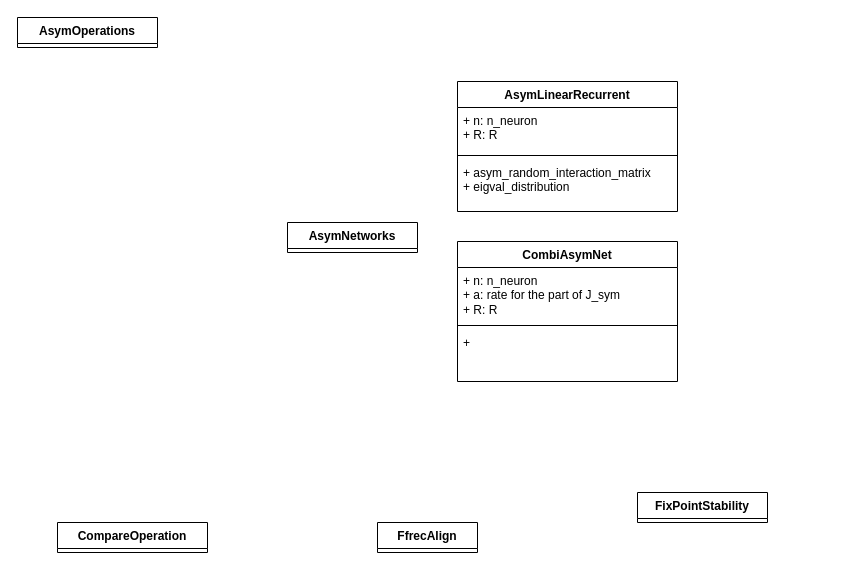
Above: Asym_1D.drawio in rzhou-space/MA_Networks (draw.io), before the change. Source tidied: cells renumbered, new cells numbered last; positions are measured from the earlier drawing's top-left corner, leaving out a move shared by most shapes. Both pictures are drawn from the tidied source at 100%, with x=0, y=0 at pixel (17, 17).
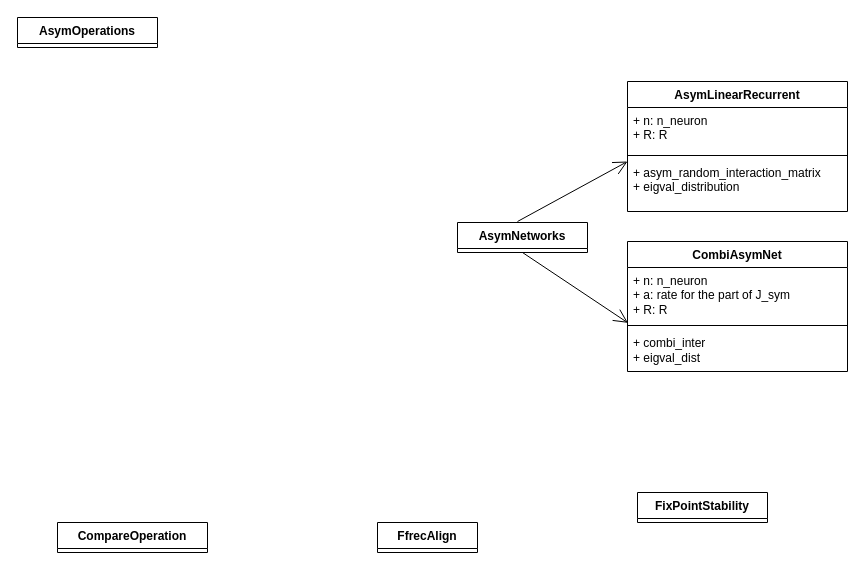
The same diagram, later.

Diff of the diagram source:
```diff
@@
 <mxGraphModel>
   <root>
     <mxCell id="0" />
     <mxCell id="1" parent="0" />
-    <mxCell id="2" value="AsymNetworks" style="swimlane;fontStyle=1;align=center;verticalAlign=top;horizontal=1;startSize=26;whiteSpace=wrap;html=1;" parent="1" vertex="1" collapsed="1">
-      <mxGeometry x="270" y="205" width="130" height="30" as="geometry" />
-    </mxCell>
     <mxCell id="3" value="AsymOperations" style="swimlane;fontStyle=1;align=center;verticalAlign=top;horizontal=1;startSize=26;whiteSpace=wrap;html=1;" parent="1" vertex="1" collapsed="1">
       <mxGeometry width="140" height="30" as="geometry" />
     </mxCell>
     <mxCell id="4" value="CompareOperation" style="swimlane;fontStyle=1;align=center;verticalAlign=top;horizontal=1;startSize=26;whiteSpace=wrap;html=1;" parent="1" vertex="1" collapsed="1">
       <mxGeometry x="40" y="505" width="150" height="30" as="geometry" />
     </mxCell>
     <mxCell id="5" value="FfrecAlign" style="swimlane;fontStyle=1;align=center;verticalAlign=top;horizontal=1;startSize=26;whiteSpace=wrap;html=1;" parent="1" vertex="1" collapsed="1">
       <mxGeometry x="360" y="505" width="100" height="30" as="geometry" />
     </mxCell>
     <mxCell id="6" value="FixPointStability" style="swimlane;fontStyle=1;align=center;verticalAlign=top;horizontal=1;startSize=26;whiteSpace=wrap;html=1;" parent="1" vertex="1" collapsed="1">
       <mxGeometry x="620" y="475" width="130" height="30" as="geometry" />
     </mxCell>
+    <mxCell id="15" style="group;" parent="1" vertex="1">
+      <mxGeometry x="440" y="64" width="390" height="290" as="geometry" />
+    </mxCell>
+    <mxCell id="2" value="AsymNetworks" style="swimlane;fontStyle=1;align=center;verticalAlign=top;horizontal=1;startSize=26;whiteSpace=wrap;html=1;" parent="15" vertex="1" collapsed="1">
+      <mxGeometry y="141" width="130" height="30" as="geometry" />
+    </mxCell>
-    <mxCell id="7" value="AsymLinearRecurrent" style="swimlane;fontStyle=1;align=center;verticalAlign=top;horizontal=1;startSize=26;whiteSpace=wrap;html=1;" parent="1" vertex="1">
-      <mxGeometry x="440" y="64" width="220" height="130" as="geometry" />
+    <mxCell id="7" value="AsymLinearRecurrent" style="swimlane;fontStyle=1;align=center;verticalAlign=top;horizontal=1;startSize=26;whiteSpace=wrap;html=1;" parent="15" vertex="1">
+      <mxGeometry x="170" width="220" height="130" as="geometry" />
     </mxCell>
     <mxCell id="8" value="+ n: n_neuron&lt;br&gt;+ R: R" style="text;strokeColor=none;fillColor=none;align=left;verticalAlign=top;spacingLeft=4;spacingRight=4;overflow=hidden;whiteSpace=wrap;html=1;" parent="7" vertex="1">
       <mxGeometry y="26" width="220" height="44" as="geometry" />
     </mxCell>
     <mxCell id="9" style="line;strokeWidth=1;fillColor=none;align=left;verticalAlign=middle;spacingTop=-1;spacingLeft=3;spacingRight=3;labelPosition=right;strokeColor=inherit;" parent="7" vertex="1">
       <mxGeometry y="70" width="220" height="8" as="geometry" />
     </mxCell>
     <mxCell id="10" value="+&amp;nbsp;asym_random_interaction_matrix&lt;br&gt;+&amp;nbsp;eigval_distribution&lt;br&gt;" style="text;strokeColor=none;fillColor=none;align=left;verticalAlign=top;spacingLeft=4;spacingRight=4;overflow=hidden;whiteSpace=wrap;html=1;" parent="7" vertex="1">
       <mxGeometry y="78" width="220" height="52" as="geometry" />
     </mxCell>
-    <mxCell id="11" value="CombiAsymNet" style="swimlane;fontStyle=1;align=center;verticalAlign=top;horizontal=1;startSize=26;whiteSpace=wrap;html=1;" parent="1" vertex="1">
-      <mxGeometry x="440" y="224" width="220" height="140" as="geometry" />
+    <mxCell id="11" value="CombiAsymNet" style="swimlane;fontStyle=1;align=center;verticalAlign=top;horizontal=1;startSize=26;whiteSpace=wrap;html=1;" parent="15" vertex="1">
+      <mxGeometry x="170" y="160" width="220" height="130" as="geometry" />
     </mxCell>
     <mxCell id="12" value="+ n: n_neuron&lt;br&gt;+ a: rate for the part of J_sym&lt;br&gt;+ R: R" style="text;strokeColor=none;fillColor=none;align=left;verticalAlign=top;spacingLeft=4;spacingRight=4;overflow=hidden;points=[[0,0.5],[1,0.5]];portConstraint=eastwest;whiteSpace=wrap;html=1;" parent="11" vertex="1">
       <mxGeometry y="26" width="220" height="54" as="geometry" />
     </mxCell>
     <mxCell id="13" style="line;strokeWidth=1;fillColor=none;align=left;verticalAlign=middle;spacingTop=-1;spacingLeft=3;spacingRight=3;labelPosition=right;strokeColor=inherit;" parent="11" vertex="1">
       <mxGeometry y="80" width="220" height="8" as="geometry" />
     </mxCell>
-    <mxCell id="14" value="+&amp;nbsp;" style="text;strokeColor=none;fillColor=none;align=left;verticalAlign=top;spacingLeft=4;spacingRight=4;overflow=hidden;whiteSpace=wrap;html=1;" parent="11" vertex="1">
-      <mxGeometry y="88" width="220" height="52" as="geometry" />
+    <mxCell id="14" value="+&amp;nbsp;combi_inter&lt;font face=&quot;JetBrains Mono, monospace&quot; color=&quot;#a9b7c6&quot;&gt;&lt;span style=&quot;background-color: rgb(43, 43, 43);&quot;&gt;&lt;br&gt;&lt;/span&gt;&lt;/font&gt;+ eigval_dist&lt;br&gt;" style="text;strokeColor=none;fillColor=none;align=left;verticalAlign=top;spacingLeft=4;spacingRight=4;overflow=hidden;whiteSpace=wrap;html=1;" parent="11" vertex="1">
+      <mxGeometry y="88" width="220" height="42" as="geometry" />
     </mxCell>
+    <mxCell id="16" style="endArrow=open;endFill=1;endSize=12;html=1;rounded=0;" parent="15" edge="1">
+      <mxGeometry relative="1" as="geometry">
+        <mxPoint x="60" y="140" as="sourcePoint" />
+        <mxPoint x="170" y="80" as="targetPoint" />
+      </mxGeometry>
+    </mxCell>
+    <mxCell id="17" style="endArrow=open;endFill=1;endSize=12;html=1;rounded=0;entryX=0.002;entryY=1.025;entryDx=0;entryDy=0;entryPerimeter=0;exitX=0.5;exitY=1;exitDx=0;exitDy=0;" parent="15" edge="1" source="2" target="12">
+      <mxGeometry relative="1" as="geometry" />
+    </mxCell>
   </root>
 </mxGraphModel>
```
